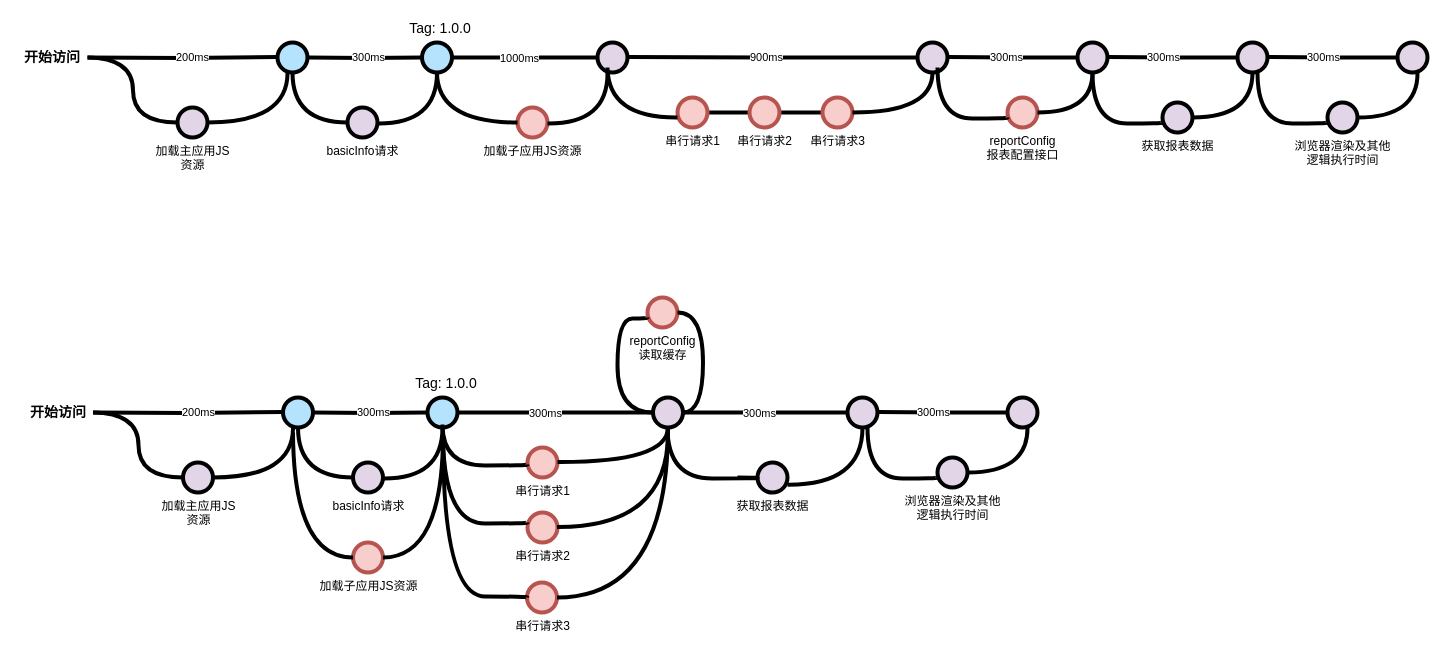
Above: 未命名绘图.drawio in EzrealDeng/blog (draw.io), before the change. Source tidied: cells renumbered, new cells numbered last; positions are measured from the earlier drawing's top-left corner, leaving out a move shared by most shapes. Both pictures are drawn from the tidied source at 100%, with x=0, y=0 at pixel (17, 17).
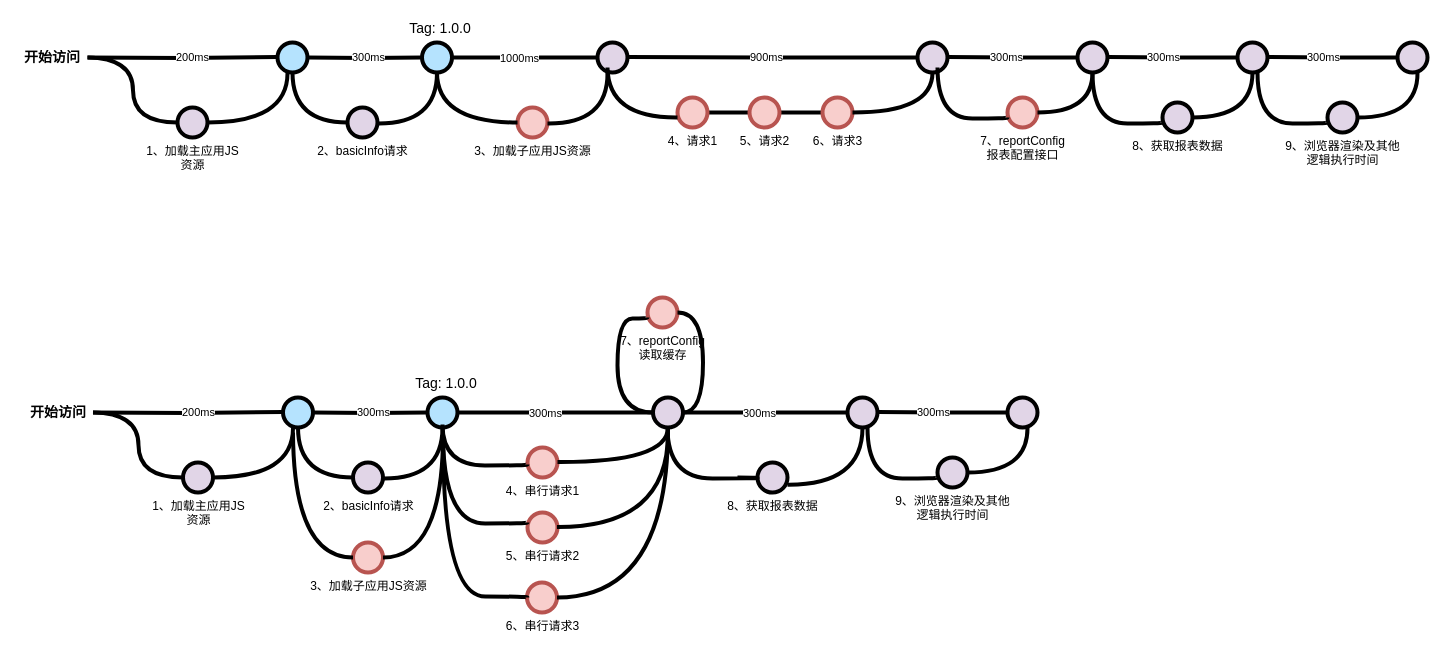
After the change.

Commit message:
更新未命名绘图.drawio

Change to the diagram source:
```diff
@@
-    <mxCell id="9" value="串行请求1" style="verticalLabelPosition=bottom;verticalAlign=top;html=1;strokeWidth=4;shape=mxgraph.flowchart.on-page_reference;strokeColor=#b85450;fillColor=#f8cecc;" parent="1" vertex="1">
+    <mxCell id="9" value="4、请求1" style="verticalLabelPosition=bottom;verticalAlign=top;html=1;strokeWidth=4;shape=mxgraph.flowchart.on-page_reference;strokeColor=#b85450;fillColor=#f8cecc;" parent="1" vertex="1">
       <mxGeometry x="660" y="80" width="30" height="30" as="geometry" />
     </mxCell>
@@
-    <mxCell id="11" value="串行请求2" style="verticalLabelPosition=bottom;verticalAlign=top;html=1;strokeWidth=4;shape=mxgraph.flowchart.on-page_reference;strokeColor=#b85450;fillColor=#f8cecc;" parent="1" vertex="1">
+    <mxCell id="11" value="5、请求2" style="verticalLabelPosition=bottom;verticalAlign=top;html=1;strokeWidth=4;shape=mxgraph.flowchart.on-page_reference;strokeColor=#b85450;fillColor=#f8cecc;" parent="1" vertex="1">
       <mxGeometry x="732" y="80" width="30" height="30" as="geometry" />
     </mxCell>
-    <mxCell id="12" value="串行请求3" style="verticalLabelPosition=bottom;verticalAlign=top;html=1;strokeWidth=4;shape=mxgraph.flowchart.on-page_reference;strokeColor=#b85450;fillColor=#f8cecc;" parent="1" vertex="1">
+    <mxCell id="12" value="6、请求3" style="verticalLabelPosition=bottom;verticalAlign=top;html=1;strokeWidth=4;shape=mxgraph.flowchart.on-page_reference;strokeColor=#b85450;fillColor=#f8cecc;" parent="1" vertex="1">
       <mxGeometry x="805" y="80" width="30" height="30" as="geometry" />
     </mxCell>
@@
-    <mxCell id="17" value="basicInfo请求" style="verticalLabelPosition=bottom;verticalAlign=top;html=1;strokeWidth=4;shape=mxgraph.flowchart.on-page_reference;plain-purple;gradientColor=none;strokeColor=#000000;" parent="1" vertex="1">
+    <mxCell id="17" value="2、basicInfo请求" style="verticalLabelPosition=bottom;verticalAlign=top;html=1;strokeWidth=4;shape=mxgraph.flowchart.on-page_reference;plain-purple;gradientColor=none;strokeColor=#000000;" parent="1" vertex="1">
       <mxGeometry x="330" y="90" width="30" height="30" as="geometry" />
     </mxCell>
@@
-    <mxCell id="20" value="加载主应用JS&lt;br&gt;资源" style="verticalLabelPosition=bottom;verticalAlign=top;html=1;strokeWidth=4;shape=mxgraph.flowchart.on-page_reference;plain-purple;gradientColor=none;strokeColor=#000000;" parent="1" vertex="1">
+    <mxCell id="20" value="1、加载主应用JS&lt;br&gt;资源" style="verticalLabelPosition=bottom;verticalAlign=top;html=1;strokeWidth=4;shape=mxgraph.flowchart.on-page_reference;plain-purple;gradientColor=none;strokeColor=#000000;" parent="1" vertex="1">
       <mxGeometry x="160" y="90" width="30" height="30" as="geometry" />
     </mxCell>
@@
-    <mxCell id="24" value="加载子应用JS资源" style="verticalLabelPosition=bottom;verticalAlign=top;html=1;strokeWidth=4;shape=mxgraph.flowchart.on-page_reference;strokeColor=#b85450;fillColor=#f8cecc;" parent="1" vertex="1">
+    <mxCell id="24" value="3、加载子应用JS资源" style="verticalLabelPosition=bottom;verticalAlign=top;html=1;strokeWidth=4;shape=mxgraph.flowchart.on-page_reference;strokeColor=#b85450;fillColor=#f8cecc;" parent="1" vertex="1">
       <mxGeometry x="500" y="90" width="30" height="30" as="geometry" />
     </mxCell>
@@
-    <mxCell id="34" value="reportConfig&lt;br&gt;报表配置接口" style="verticalLabelPosition=bottom;verticalAlign=top;html=1;strokeWidth=4;shape=mxgraph.flowchart.on-page_reference;strokeColor=#b85450;fillColor=#f8cecc;" parent="1" vertex="1">
+    <mxCell id="34" value="7、reportConfig&lt;br&gt;报表配置接口" style="verticalLabelPosition=bottom;verticalAlign=top;html=1;strokeWidth=4;shape=mxgraph.flowchart.on-page_reference;strokeColor=#b85450;fillColor=#f8cecc;" parent="1" vertex="1">
       <mxGeometry x="990" y="80" width="30" height="30" as="geometry" />
     </mxCell>
@@
-    <mxCell id="40" value="获取报表数据" style="verticalLabelPosition=bottom;verticalAlign=top;html=1;strokeWidth=4;shape=mxgraph.flowchart.on-page_reference;plain-purple;gradientColor=none;strokeColor=#000000;" parent="1" vertex="1">
+    <mxCell id="40" value="8、获取报表数据" style="verticalLabelPosition=bottom;verticalAlign=top;html=1;strokeWidth=4;shape=mxgraph.flowchart.on-page_reference;plain-purple;gradientColor=none;strokeColor=#000000;" parent="1" vertex="1">
       <mxGeometry x="1145" y="85" width="30" height="30" as="geometry" />
     </mxCell>
@@
-    <mxCell id="48" value="串行请求1" style="verticalLabelPosition=bottom;verticalAlign=top;html=1;strokeWidth=4;shape=mxgraph.flowchart.on-page_reference;strokeColor=#b85450;fillColor=#f8cecc;" parent="1" vertex="1">
+    <mxCell id="48" value="4、串行请求1" style="verticalLabelPosition=bottom;verticalAlign=top;html=1;strokeWidth=4;shape=mxgraph.flowchart.on-page_reference;strokeColor=#b85450;fillColor=#f8cecc;" parent="1" vertex="1">
       <mxGeometry x="510" y="430" width="30" height="30" as="geometry" />
     </mxCell>
@@
-    <mxCell id="53" value="basicInfo请求" style="verticalLabelPosition=bottom;verticalAlign=top;html=1;strokeWidth=4;shape=mxgraph.flowchart.on-page_reference;plain-purple;gradientColor=none;strokeColor=#000000;" parent="1" vertex="1">
+    <mxCell id="53" value="2、basicInfo请求" style="verticalLabelPosition=bottom;verticalAlign=top;html=1;strokeWidth=4;shape=mxgraph.flowchart.on-page_reference;plain-purple;gradientColor=none;strokeColor=#000000;" parent="1" vertex="1">
       <mxGeometry x="335.5" y="445" width="30" height="30" as="geometry" />
     </mxCell>
@@
-    <mxCell id="56" value="加载主应用JS&lt;br&gt;资源" style="verticalLabelPosition=bottom;verticalAlign=top;html=1;strokeWidth=4;shape=mxgraph.flowchart.on-page_reference;plain-purple;gradientColor=none;strokeColor=#000000;" parent="1" vertex="1">
+    <mxCell id="56" value="1、加载主应用JS&lt;br&gt;资源" style="verticalLabelPosition=bottom;verticalAlign=top;html=1;strokeWidth=4;shape=mxgraph.flowchart.on-page_reference;plain-purple;gradientColor=none;strokeColor=#000000;" parent="1" vertex="1">
       <mxGeometry x="165.5" y="445" width="30" height="30" as="geometry" />
     </mxCell>
@@
-    <mxCell id="65" value="reportConfig&lt;br&gt;读取缓存&lt;br&gt;" style="verticalLabelPosition=bottom;verticalAlign=top;html=1;strokeWidth=4;shape=mxgraph.flowchart.on-page_reference;strokeColor=#b85450;fillColor=#f8cecc;" parent="1" vertex="1">
+    <mxCell id="65" value="7、reportConfig&lt;br&gt;读取缓存" style="verticalLabelPosition=bottom;verticalAlign=top;html=1;strokeWidth=4;shape=mxgraph.flowchart.on-page_reference;strokeColor=#b85450;fillColor=#f8cecc;" parent="1" vertex="1">
       <mxGeometry x="630" y="280" width="30" height="30" as="geometry" />
     </mxCell>
@@
-    <mxCell id="67" value="获取报表数据" style="verticalLabelPosition=bottom;verticalAlign=top;html=1;strokeWidth=4;shape=mxgraph.flowchart.on-page_reference;plain-purple;gradientColor=none;strokeColor=#000000;" parent="1" vertex="1">
+    <mxCell id="67" value="8、获取报表数据" style="verticalLabelPosition=bottom;verticalAlign=top;html=1;strokeWidth=4;shape=mxgraph.flowchart.on-page_reference;plain-purple;gradientColor=none;strokeColor=#000000;" parent="1" vertex="1">
       <mxGeometry x="740" y="445" width="30" height="30" as="geometry" />
     </mxCell>
@@
-    <mxCell id="69" value="加载子应用JS资源" style="verticalLabelPosition=bottom;verticalAlign=top;html=1;strokeWidth=4;shape=mxgraph.flowchart.on-page_reference;strokeColor=#b85450;fillColor=#f8cecc;" parent="1" vertex="1">
+    <mxCell id="69" value="3、加载子应用JS资源" style="verticalLabelPosition=bottom;verticalAlign=top;html=1;strokeWidth=4;shape=mxgraph.flowchart.on-page_reference;strokeColor=#b85450;fillColor=#f8cecc;" parent="1" vertex="1">
       <mxGeometry x="335.5" y="525" width="30" height="30" as="geometry" />
     </mxCell>
@@
-    <mxCell id="72" value="串行请求2" style="verticalLabelPosition=bottom;verticalAlign=top;html=1;strokeWidth=4;shape=mxgraph.flowchart.on-page_reference;strokeColor=#b85450;fillColor=#f8cecc;" parent="1" vertex="1">
+    <mxCell id="72" value="5、串行请求2" style="verticalLabelPosition=bottom;verticalAlign=top;html=1;strokeWidth=4;shape=mxgraph.flowchart.on-page_reference;strokeColor=#b85450;fillColor=#f8cecc;" parent="1" vertex="1">
       <mxGeometry x="510" y="495" width="30" height="30" as="geometry" />
     </mxCell>
-    <mxCell id="73" value="串行请求3" style="verticalLabelPosition=bottom;verticalAlign=top;html=1;strokeWidth=4;shape=mxgraph.flowchart.on-page_reference;strokeColor=#b85450;fillColor=#f8cecc;" parent="1" vertex="1">
+    <mxCell id="73" value="6、串行请求3" style="verticalLabelPosition=bottom;verticalAlign=top;html=1;strokeWidth=4;shape=mxgraph.flowchart.on-page_reference;strokeColor=#b85450;fillColor=#f8cecc;" parent="1" vertex="1">
       <mxGeometry x="509.5" y="565" width="30" height="30" as="geometry" />
     </mxCell>
@@
-    <mxCell id="83" value="浏览器渲染及其他&lt;br&gt;逻辑执行时间" style="verticalLabelPosition=bottom;verticalAlign=top;html=1;strokeWidth=4;shape=mxgraph.flowchart.on-page_reference;plain-purple;gradientColor=none;strokeColor=#000000;" parent="1" vertex="1">
+    <mxCell id="83" value="9、浏览器渲染及其他&lt;br&gt;逻辑执行时间" style="verticalLabelPosition=bottom;verticalAlign=top;html=1;strokeWidth=4;shape=mxgraph.flowchart.on-page_reference;plain-purple;gradientColor=none;strokeColor=#000000;" parent="1" vertex="1">
       <mxGeometry x="1310" y="85" width="30" height="30" as="geometry" />
     </mxCell>
@@
-    <mxCell id="91" value="浏览器渲染及其他&lt;br&gt;逻辑执行时间" style="verticalLabelPosition=bottom;verticalAlign=top;html=1;strokeWidth=4;shape=mxgraph.flowchart.on-page_reference;plain-purple;gradientColor=none;strokeColor=#000000;" parent="1" vertex="1">
+    <mxCell id="91" value="9、浏览器渲染及其他&lt;br&gt;逻辑执行时间" style="verticalLabelPosition=bottom;verticalAlign=top;html=1;strokeWidth=4;shape=mxgraph.flowchart.on-page_reference;plain-purple;gradientColor=none;strokeColor=#000000;" parent="1" vertex="1">
       <mxGeometry x="920" y="440" width="30" height="30" as="geometry" />
     </mxCell>
```
